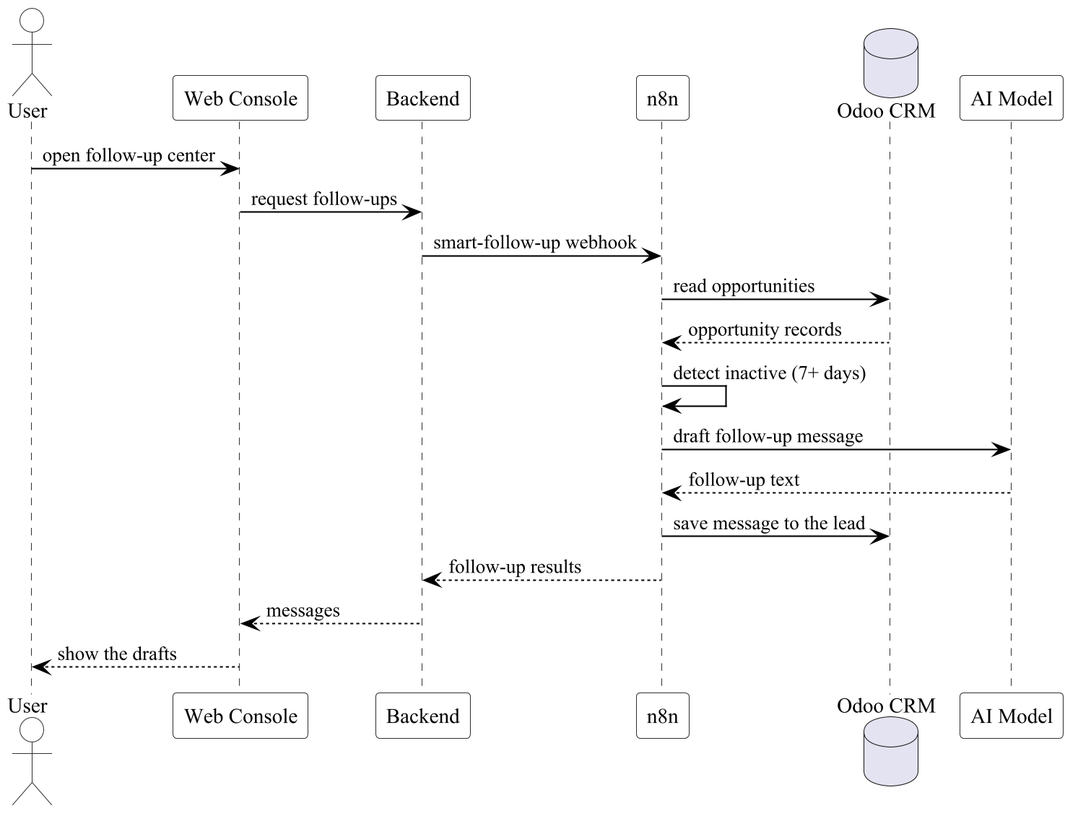
The PlantUML diagram final report elissa/umls/img/seq-followup.png in elissaaamez/LeadDesk, before a commit. Source of this version:
```plantuml
@startuml seq-followup
skinparamlocked dpi 200
skinparam backgroundColor transparent
skinparam shadowing false
skinparam defaultFontName Times New Roman
skinparam sequence {
  ArrowColor #000000
  ArrowFontColor #000000
  LifeLineBorderColor #333333
  LifeLineBackgroundColor #FFFFFF
  ParticipantBackgroundColor #FFFFFF
  ParticipantFontColor #000000
  ParticipantBorderColor #333333
  ActorBackgroundColor #FFFFFF
  ActorBorderColor #333333
  DatabaseBackgroundColor #FFFFFF
  DatabaseBorderColor #333333
}
actor User
participant "Web Console" as Console
participant "Backend" as Backend
participant "n8n" as N8N
database "Odoo CRM" as Odoo
participant "AI Model" as AI

User -> Console : open follow-up center
Console -> Backend : request follow-ups
Backend -> N8N : smart-follow-up webhook
N8N -> Odoo : read opportunities
Odoo --> N8N : opportunity records
N8N -> N8N : detect inactive (7+ days)
N8N -> AI : draft follow-up message
AI --> N8N : follow-up text
N8N -> Odoo : save message to the lead
N8N --> Backend : follow-up results
Backend --> Console : messages
Console --> User : show the drafts
@enduml
```
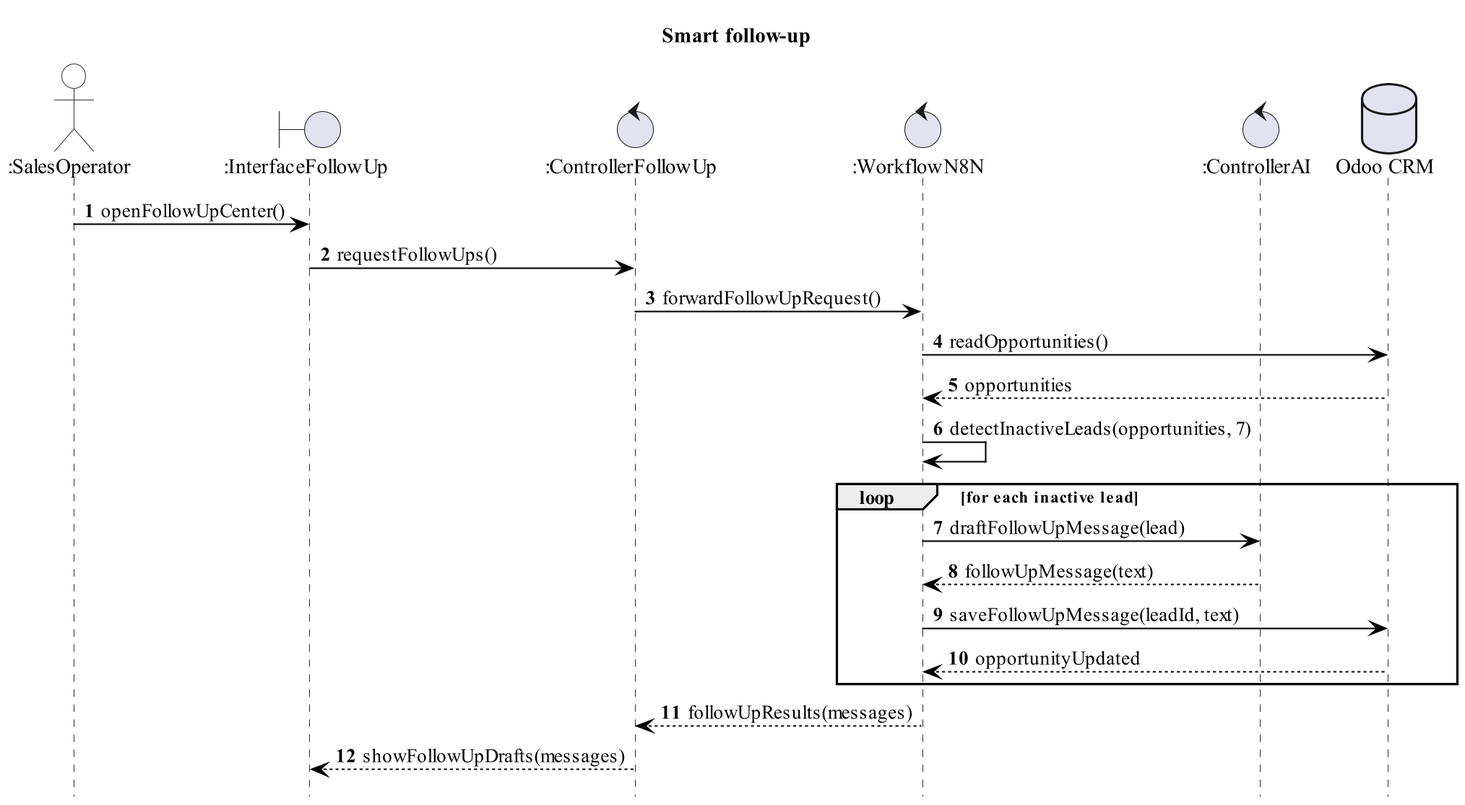
Later version of the same file.

What changed in the source:
```diff
@@ -2,6 +2,7 @@
 skinparamlocked dpi 200
 skinparam backgroundColor transparent
 skinparam shadowing false
+skinparam maxMessageSize 200
 skinparam defaultFontName Times New Roman
 skinparam sequence {
   ArrowColor #000000
@@ -16,23 +17,29 @@
   DatabaseBackgroundColor #FFFFFF
   DatabaseBorderColor #333333
 }
-actor User
-participant "Web Console" as Console
-participant "Backend" as Backend
-participant "n8n" as N8N
+hide footbox
+autonumber
+title Smart follow-up
+
+actor ":SalesOperator" as Operator
+boundary ":InterfaceFollowUp" as UI
+control ":ControllerFollowUp" as FollowUp
+control ":WorkflowN8N" as N8N
+control ":ControllerAI" as AI
 database "Odoo CRM" as Odoo
-participant "AI Model" as AI
 
-User -> Console : open follow-up center
-Console -> Backend : request follow-ups
-Backend -> N8N : smart-follow-up webhook
-N8N -> Odoo : read opportunities
-Odoo --> N8N : opportunity records
-N8N -> N8N : detect inactive (7+ days)
-N8N -> AI : draft follow-up message
-AI --> N8N : follow-up text
-N8N -> Odoo : save message to the lead
-N8N --> Backend : follow-up results
-Backend --> Console : messages
-Console --> User : show the drafts
+Operator -> UI : openFollowUpCenter()
+UI -> FollowUp : requestFollowUps()
+FollowUp -> N8N : forwardFollowUpRequest()
+N8N -> Odoo : readOpportunities()
+Odoo --> N8N : opportunities
+N8N -> N8N : detectInactiveLeads(opportunities, 7)
+loop for each inactive lead
+  N8N -> AI : draftFollowUpMessage(lead)
+  AI --> N8N : followUpMessage(text)
+  N8N -> Odoo : saveFollowUpMessage(leadId, text)
+  Odoo --> N8N : opportunityUpdated
+end
+N8N --> FollowUp : followUpResults(messages)
+FollowUp --> UI : showFollowUpDrafts(messages)
 @enduml
```
